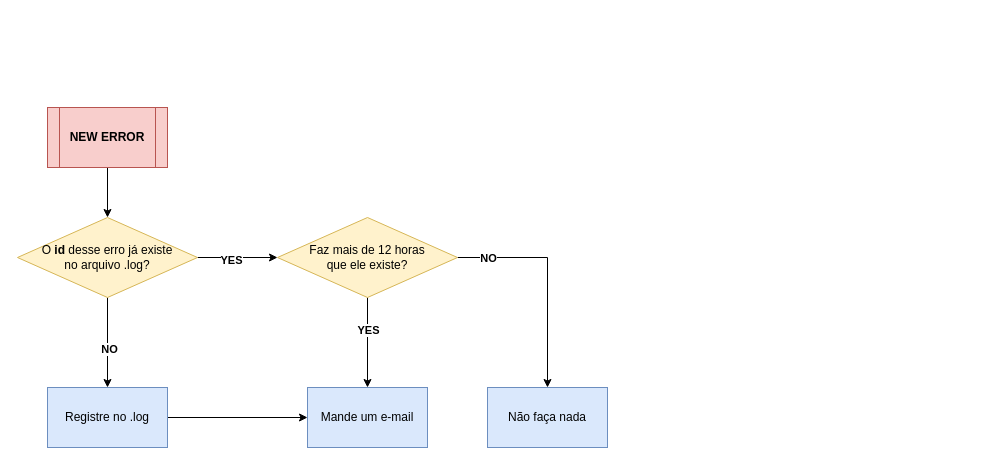
Earlier version of the draw.io diagram page "LOG FLOW" (2 of 2) of docs/SAP Monipy.drawio (victorbrax/SAP_Monipy). Source tidied: cells renumbered, new cells numbered last; positions are measured from the earlier drawing's top-left corner, leaving out a move shared by most shapes. Both pictures are drawn from the tidied source at 100%, with x=0, y=0 at pixel (17, 107).
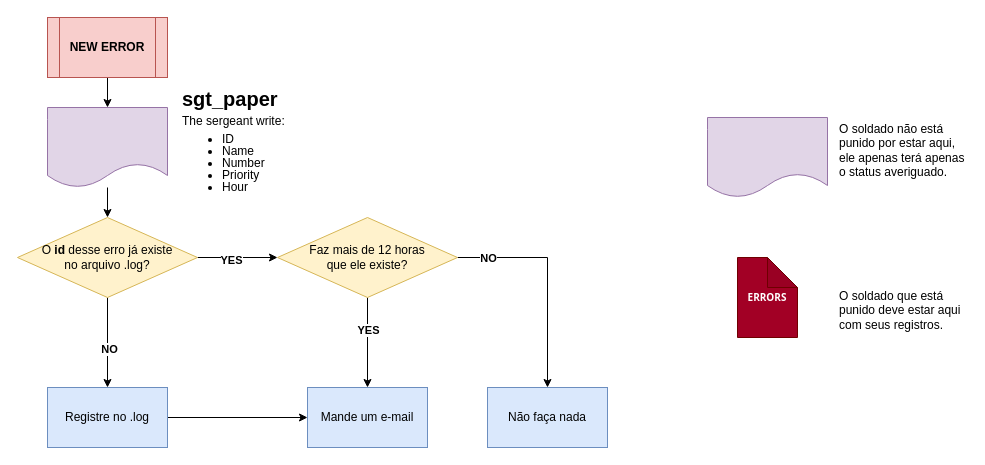
Above is the later version.

Unchanged cells that the change refers to:
```xml
<mxCell id="8" value="O &lt;b&gt;id&lt;/b&gt; desse erro já existe &lt;br&gt;no arquivo .log?" style="rhombus;whiteSpace=wrap;html=1;fillColor=#fff2cc;strokeColor=#d6b656;" parent="1" vertex="1">
  <mxGeometry y="110" width="180" height="80" as="geometry" />
</mxCell>
```

Change to the diagram source:
```diff
@@
-    <mxCell id="2" style="edgeStyle=orthogonalEdgeStyle;rounded=0;jettySize=auto;html=1;" parent="1" edge="1" source="3" target="8">
-      <mxGeometry relative="1" as="geometry" />
-    </mxCell>
+    <mxCell id="18" style="edgeStyle=orthogonalEdgeStyle;rounded=0;jettySize=auto;html=1;entryX=0.5;entryY=0;entryDx=0;entryDy=0;" parent="1" edge="1" source="3" target="20">
+      <mxGeometry relative="1" as="geometry" />
+    </mxCell>
     <mxCell id="3" value="&lt;b&gt;NEW ERROR&lt;/b&gt;" style="shape=process;whiteSpace=wrap;html=1;backgroundOutline=1;fillColor=#f8cecc;strokeColor=#b85450;" parent="1" vertex="1">
-      <mxGeometry x="30" width="120" height="60" as="geometry" />
+      <mxGeometry x="30" y="-90" width="120" height="60" as="geometry" />
     </mxCell>
@@
+    <mxCell id="19" style="edgeStyle=orthogonalEdgeStyle;rounded=0;jettySize=auto;html=1;entryX=0.5;entryY=0;entryDx=0;entryDy=0;" parent="1" edge="1" source="20" target="8">
+      <mxGeometry relative="1" as="geometry" />
+    </mxCell>
+    <mxCell id="20" style="shape=document;whiteSpace=wrap;html=1;boundedLbl=1;fillColor=#e1d5e7;strokeColor=#9673a6;" parent="1" vertex="1">
+      <mxGeometry x="30" width="120" height="80" as="geometry" />
+    </mxCell>
+    <mxCell id="21" value="&lt;p style=&quot;line-height: 80%;&quot;&gt;&lt;/p&gt;&lt;h1 style=&quot;line-height: 40%;&quot;&gt;&lt;font style=&quot;font-size: 20px;&quot;&gt;sgt_paper&lt;/font&gt;&lt;/h1&gt;&lt;p style=&quot;line-height: 0%;&quot;&gt;The sergeant write:&lt;/p&gt;&lt;p style=&quot;line-height: 100%;&quot;&gt;&lt;/p&gt;&lt;ul style=&quot;line-height: 100%;&quot;&gt;&lt;li&gt;ID&lt;/li&gt;&lt;li&gt;Name&lt;/li&gt;&lt;li&gt;Number&lt;/li&gt;&lt;li&gt;Priority&lt;/li&gt;&lt;li&gt;Hour&lt;/li&gt;&lt;/ul&gt;&lt;p&gt;&lt;/p&gt;&lt;p&gt;&lt;/p&gt;" style="text;html=1;strokeColor=none;fillColor=none;spacing=5;spacingTop=-20;whiteSpace=wrap;overflow=hidden;rounded=0;" parent="1" vertex="1">
+      <mxGeometry x="160" y="-20" width="190" height="120" as="geometry" />
+    </mxCell>
+    <mxCell id="22" style="shape=document;whiteSpace=wrap;html=1;boundedLbl=1;fillColor=#e1d5e7;strokeColor=#9673a6;" parent="1" vertex="1">
+      <mxGeometry x="690" y="10" width="120" height="80" as="geometry" />
+    </mxCell>
+    <mxCell id="23" value="O soldado não está punido por estar aqui, ele apenas terá apenas o status averiguado." style="text;html=1;strokeColor=none;fillColor=none;align=left;verticalAlign=middle;whiteSpace=wrap;rounded=0;fontSize=12;" parent="1" vertex="1">
+      <mxGeometry x="820" y="10" width="130" height="65" as="geometry" />
+    </mxCell>
+    <mxCell id="24" value="&lt;b&gt;&lt;font face=&quot;Tahoma&quot;&gt;ERRORS&lt;/font&gt;&lt;/b&gt;" style="shape=note;whiteSpace=wrap;html=1;backgroundOutline=1;darkOpacity=0.05;fontSize=10;fontColor=#ffffff;fillColor=#a20025;strokeColor=#6F0000;" parent="1" vertex="1">
+      <mxGeometry x="720" y="150" width="60" height="80" as="geometry" />
+    </mxCell>
+    <mxCell id="25" value="O soldado que está punido deve estar aqui com seus registros." style="text;html=1;strokeColor=none;fillColor=none;align=left;verticalAlign=middle;whiteSpace=wrap;rounded=0;fontSize=12;" parent="1" vertex="1">
+      <mxGeometry x="820" y="170" width="130" height="65" as="geometry" />
+    </mxCell>
```
